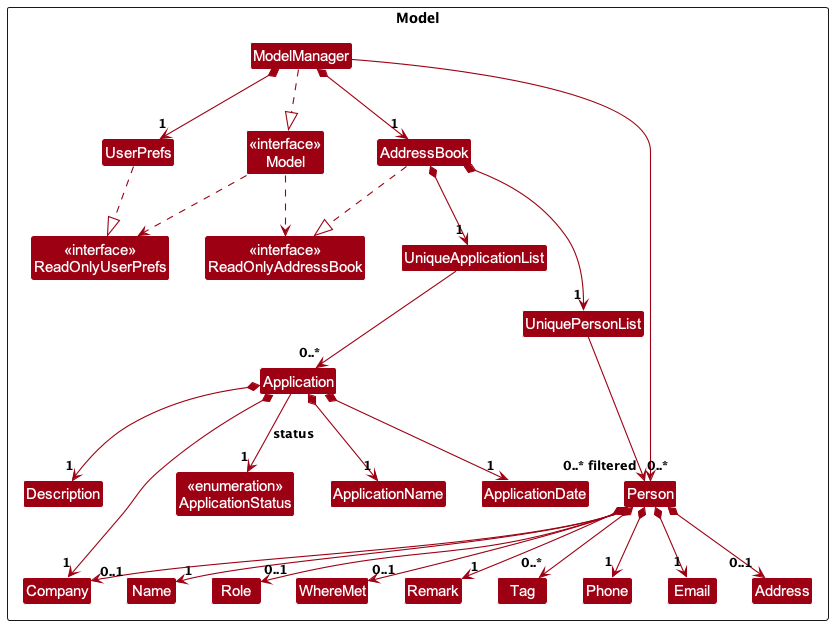
Above: docs/images/ModelClassDiagram.png in AY2627S1-CS2103T-T12-3/tp (PlantUML), before the change.
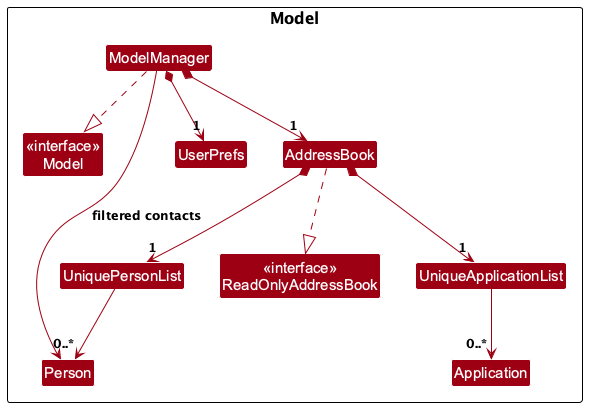
Above is the later version.

Change to the diagram source:
```diff
@@ -1,79 +1,25 @@
 @startuml
 !include style.puml
-skinparam arrowThickness 1.1
 skinparam arrowColor MODEL_COLOR
 skinparam classBackgroundColor MODEL_COLOR
-
-package "Model" as ModelPackage <<Rectangle>> {
-    class "<<interface>>\nReadOnlyAddressBook" as ReadOnlyAddressBook
-    class "<<interface>>\nReadOnlyUserPrefs" as ReadOnlyUserPrefs
-    class "<<interface>>\nModel" as Model
-
-    class AddressBook
-    class ModelManager
-    class UserPrefs
-
-    class UniquePersonList
-    class Person
-    class Name
-    class Phone
-    class Email
-    class Address
-    class Company
-    class Role
-    class WhereMet
-    class Remark
-    class Tag
-
-    class UniqueApplicationList
-    class Application
-    class ApplicationName
-    class ApplicationDate
-    class Description
-    class "<<enumeration>>\nApplicationStatus" as ApplicationStatus
+package "Model" as ModelPackage {
+class "<<interface>>\nModel" as Model
+class "<<interface>>\nReadOnlyAddressBook" as ReadOnlyAddressBook
+class ModelManager
+class AddressBook
+class UserPrefs
+class UniquePersonList
+class UniqueApplicationList
+class Person
+class Application
 }
-
+ModelManager ..|> Model
 AddressBook ..|> ReadOnlyAddressBook
-ModelManager ..|> Model
-UserPrefs ..|> ReadOnlyUserPrefs
-
-Model ..> ReadOnlyAddressBook
-Model ..> ReadOnlyUserPrefs
 ModelManager *--> "1" AddressBook
 ModelManager *--> "1" UserPrefs
-ModelManager --> "0..* filtered" Person
-
+ModelManager --> Person : filtered contacts
 AddressBook *--> "1" UniquePersonList
 AddressBook *--> "1" UniqueApplicationList
 UniquePersonList --> "0..*" Person
 UniqueApplicationList --> "0..*" Application
-
-Person *--> "1" Name
-Person *--> "1" Phone
-Person *--> "1" Email
-Person *--> "0..1" Address
-Person *--> "0..1" Company
-Person *--> "0..1" Role
-Person *--> "0..1" WhereMet
-Person *--> "1" Remark
-Person *--> "0..*" Tag
-
-Application *--> "1" ApplicationName
-Application *--> "1" Company
-Application *--> "1" Description
-Application *--> "1" ApplicationDate
-Application --> "1" ApplicationStatus : status
-
-ApplicationName -[hidden]right-> ApplicationDate
-ApplicationDate -[hidden]right-> Description
-Description -[hidden]right-> ApplicationStatus
-ApplicationStatus -[hidden]down-> Name
-Name -[hidden]right-> Phone
-Phone -[hidden]right-> Email
-Email -[hidden]right-> Address
-Address -[hidden]right-> Company
-Company -[hidden]right-> Role
-Role -[hidden]right-> WhereMet
-WhereMet -[hidden]right-> Remark
-Remark -[hidden]right-> Tag
 @enduml
```
